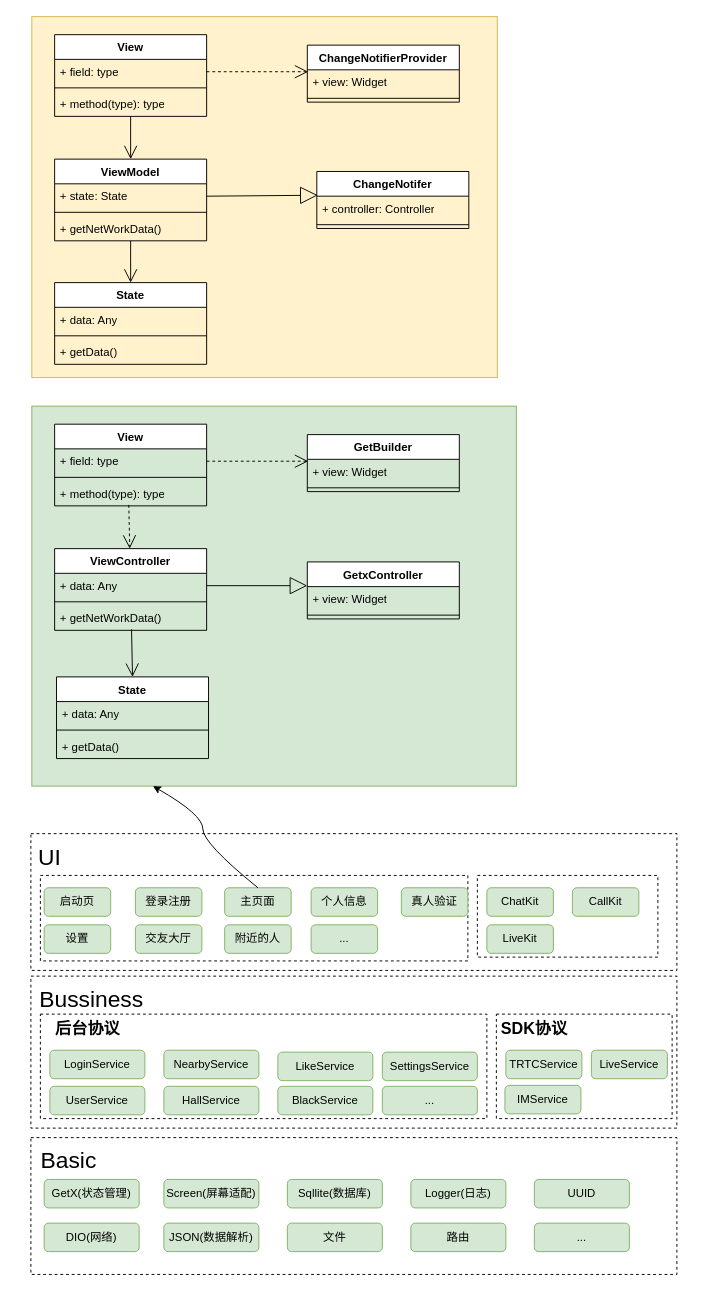
Before: diagrams/1v1demo.drawio in paopaosecret/resources, a draw.io diagram. Source tidied: cells renumbered, new cells numbered last; positions are measured from the earlier drawing's top-left corner, leaving out a move shared by most shapes. Both pictures are drawn from the tidied source at 95%, with x=0, y=0 at pixel (16, 16).
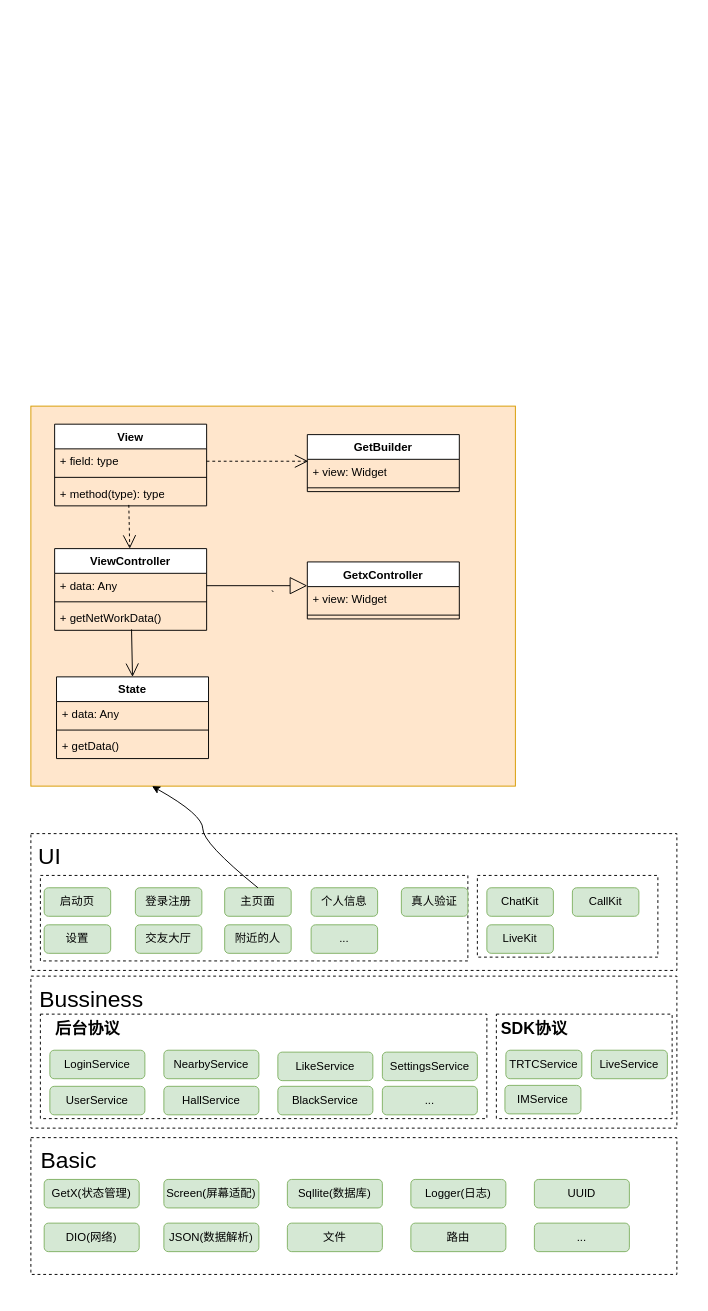
The same page after the edit.

Diff of the diagram source:
```diff
@@
-    <mxCell id="2" style="rounded=0;whiteSpace=wrap;html=1;fillColor=#fff2cc;strokeColor=#d6b656;" parent="1" vertex="1">
-      <mxGeometry x="16" width="490" height="380" as="geometry" />
-    </mxCell>
-    <mxCell id="3" value="View" style="swimlane;fontStyle=1;align=center;verticalAlign=top;horizontal=1;startSize=26;whiteSpace=wrap;html=1;" parent="1" vertex="1">
-      <mxGeometry x="40" y="19" width="160" height="86" as="geometry" />
-    </mxCell>
-    <mxCell id="4" value="+ field: type" style="text;strokeColor=none;fillColor=none;align=left;verticalAlign=top;spacingLeft=4;spacingRight=4;overflow=hidden;points=[[0,0.5],[1,0.5]];portConstraint=eastwest;whiteSpace=wrap;html=1;" parent="3" vertex="1">
-      <mxGeometry y="26" width="160" height="26" as="geometry" />
-    </mxCell>
-    <mxCell id="5" style="line;strokeWidth=1;fillColor=none;align=left;verticalAlign=middle;spacingTop=-1;spacingLeft=3;spacingRight=3;labelPosition=right;strokeColor=inherit;" parent="3" vertex="1">
-      <mxGeometry y="52" width="160" height="8" as="geometry" />
-    </mxCell>
-    <mxCell id="6" value="+ method(type): type" style="text;strokeColor=none;fillColor=none;align=left;verticalAlign=top;spacingLeft=4;spacingRight=4;overflow=hidden;points=[[0,0.5],[1,0.5]];portConstraint=eastwest;whiteSpace=wrap;html=1;" parent="3" vertex="1">
-      <mxGeometry y="60" width="160" height="26" as="geometry" />
-    </mxCell>
-    <mxCell id="7" value="ViewModel" style="swimlane;fontStyle=1;align=center;verticalAlign=top;horizontal=1;startSize=26;whiteSpace=wrap;html=1;" parent="1" vertex="1">
-      <mxGeometry x="40" y="150" width="160" height="86" as="geometry" />
-    </mxCell>
-    <mxCell id="8" value="+ state: State" style="text;strokeColor=none;fillColor=none;align=left;verticalAlign=top;spacingLeft=4;spacingRight=4;overflow=hidden;points=[[0,0.5],[1,0.5]];portConstraint=eastwest;whiteSpace=wrap;html=1;" parent="7" vertex="1">
-      <mxGeometry y="26" width="160" height="26" as="geometry" />
-    </mxCell>
-    <mxCell id="9" style="line;strokeWidth=1;fillColor=none;align=left;verticalAlign=middle;spacingTop=-1;spacingLeft=3;spacingRight=3;labelPosition=right;strokeColor=inherit;" parent="7" vertex="1">
-      <mxGeometry y="52" width="160" height="8" as="geometry" />
-    </mxCell>
-    <mxCell id="10" value="+ getNetWorkData()" style="text;strokeColor=none;fillColor=none;align=left;verticalAlign=top;spacingLeft=4;spacingRight=4;overflow=hidden;points=[[0,0.5],[1,0.5]];portConstraint=eastwest;whiteSpace=wrap;html=1;" parent="7" vertex="1">
-      <mxGeometry y="60" width="160" height="26" as="geometry" />
-    </mxCell>
-    <mxCell id="11" style="endArrow=open;endFill=1;endSize=12;html=1;rounded=0;exitX=0.5;exitY=1;exitDx=0;exitDy=0;exitPerimeter=0;entryX=0.5;entryY=0;entryDx=0;entryDy=0;" parent="1" edge="1" source="6" target="7">
-      <mxGeometry relative="1" as="geometry" />
-    </mxCell>
-    <mxCell id="12" value="State" style="swimlane;fontStyle=1;align=center;verticalAlign=top;horizontal=1;startSize=26;whiteSpace=wrap;html=1;" parent="1" vertex="1">
-      <mxGeometry x="40" y="280" width="160" height="86" as="geometry" />
-    </mxCell>
-    <mxCell id="13" value="+ data: Any" style="text;strokeColor=none;fillColor=none;align=left;verticalAlign=top;spacingLeft=4;spacingRight=4;overflow=hidden;whiteSpace=wrap;html=1;" parent="12" vertex="1">
-      <mxGeometry y="26" width="160" height="26" as="geometry" />
-    </mxCell>
-    <mxCell id="14" style="line;strokeWidth=1;fillColor=none;align=left;verticalAlign=middle;spacingTop=-1;spacingLeft=3;spacingRight=3;labelPosition=right;strokeColor=inherit;" parent="12" vertex="1">
-      <mxGeometry y="52" width="160" height="8" as="geometry" />
-    </mxCell>
-    <mxCell id="15" value="+ getData()" style="text;strokeColor=none;fillColor=none;align=left;verticalAlign=top;spacingLeft=4;spacingRight=4;overflow=hidden;whiteSpace=wrap;html=1;" parent="12" vertex="1">
-      <mxGeometry y="60" width="160" height="26" as="geometry" />
-    </mxCell>
-    <mxCell id="16" style="endArrow=open;endFill=1;endSize=12;html=1;rounded=0;exitX=0.5;exitY=1;exitDx=0;exitDy=0;exitPerimeter=0;entryX=0.5;entryY=0;entryDx=0;entryDy=0;" parent="1" edge="1" source="10" target="12">
-      <mxGeometry relative="1" as="geometry" />
-    </mxCell>
-    <mxCell id="17" value="ChangeNotifer" style="swimlane;fontStyle=1;align=center;verticalAlign=top;horizontal=1;startSize=26;whiteSpace=wrap;html=1;" parent="1" vertex="1">
-      <mxGeometry x="316" y="163" width="160" height="60" as="geometry" />
-    </mxCell>
-    <mxCell id="18" value="+ controller: Controller" style="text;strokeColor=none;fillColor=none;align=left;verticalAlign=top;spacingLeft=4;spacingRight=4;overflow=hidden;points=[[0,0.5],[1,0.5]];portConstraint=eastwest;whiteSpace=wrap;html=1;" parent="17" vertex="1">
-      <mxGeometry y="26" width="160" height="26" as="geometry" />
-    </mxCell>
-    <mxCell id="19" style="line;strokeWidth=1;fillColor=none;align=left;verticalAlign=middle;spacingTop=-1;spacingLeft=3;spacingRight=3;labelPosition=right;strokeColor=inherit;" parent="17" vertex="1">
-      <mxGeometry y="52" width="160" height="8" as="geometry" />
-    </mxCell>
-    <mxCell id="20" style="endArrow=block;endSize=16;endFill=0;html=1;rounded=0;exitX=1;exitY=0.5;exitDx=0;exitDy=0;entryX=0.006;entryY=-0.038;entryDx=0;entryDy=0;entryPerimeter=0;" parent="1" edge="1" source="8" target="18">
-      <mxGeometry relative="1" as="geometry" />
-    </mxCell>
-    <mxCell id="21" style="endArrow=open;endSize=12;dashed=1;html=1;rounded=0;exitX=1;exitY=0.5;exitDx=0;exitDy=0;entryX=0.006;entryY=0.077;entryDx=0;entryDy=0;entryPerimeter=0;" parent="1" edge="1" source="4" target="23">
-      <mxGeometry relative="1" as="geometry" />
-    </mxCell>
-    <mxCell id="22" value="ChangeNotifierProvider" style="swimlane;fontStyle=1;align=center;verticalAlign=top;horizontal=1;startSize=26;whiteSpace=wrap;html=1;" parent="1" vertex="1">
-      <mxGeometry x="306" y="30" width="160" height="60" as="geometry" />
-    </mxCell>
-    <mxCell id="23" value="+ view: Widget" style="text;strokeColor=none;fillColor=none;align=left;verticalAlign=top;spacingLeft=4;spacingRight=4;overflow=hidden;points=[[0,0.5],[1,0.5]];portConstraint=eastwest;whiteSpace=wrap;html=1;" parent="22" vertex="1">
-      <mxGeometry y="26" width="160" height="26" as="geometry" />
-    </mxCell>
-    <mxCell id="24" style="line;strokeWidth=1;fillColor=none;align=left;verticalAlign=middle;spacingTop=-1;spacingLeft=3;spacingRight=3;labelPosition=right;strokeColor=inherit;" parent="22" vertex="1">
-      <mxGeometry y="52" width="160" height="8" as="geometry" />
-    </mxCell>
-    <mxCell id="25" style="rounded=0;whiteSpace=wrap;html=1;fillColor=#d5e8d4;strokeColor=#82b366;" parent="1" vertex="1">
-      <mxGeometry x="16" y="410" width="510" height="400" as="geometry" />
+    <mxCell id="25" value="`" style="rounded=0;whiteSpace=wrap;html=1;fillColor=#ffe6cc;strokeColor=#d79b00;" parent="1" vertex="1">
+      <mxGeometry x="15" y="410" width="510" height="400" as="geometry" />
     </mxCell>
```
